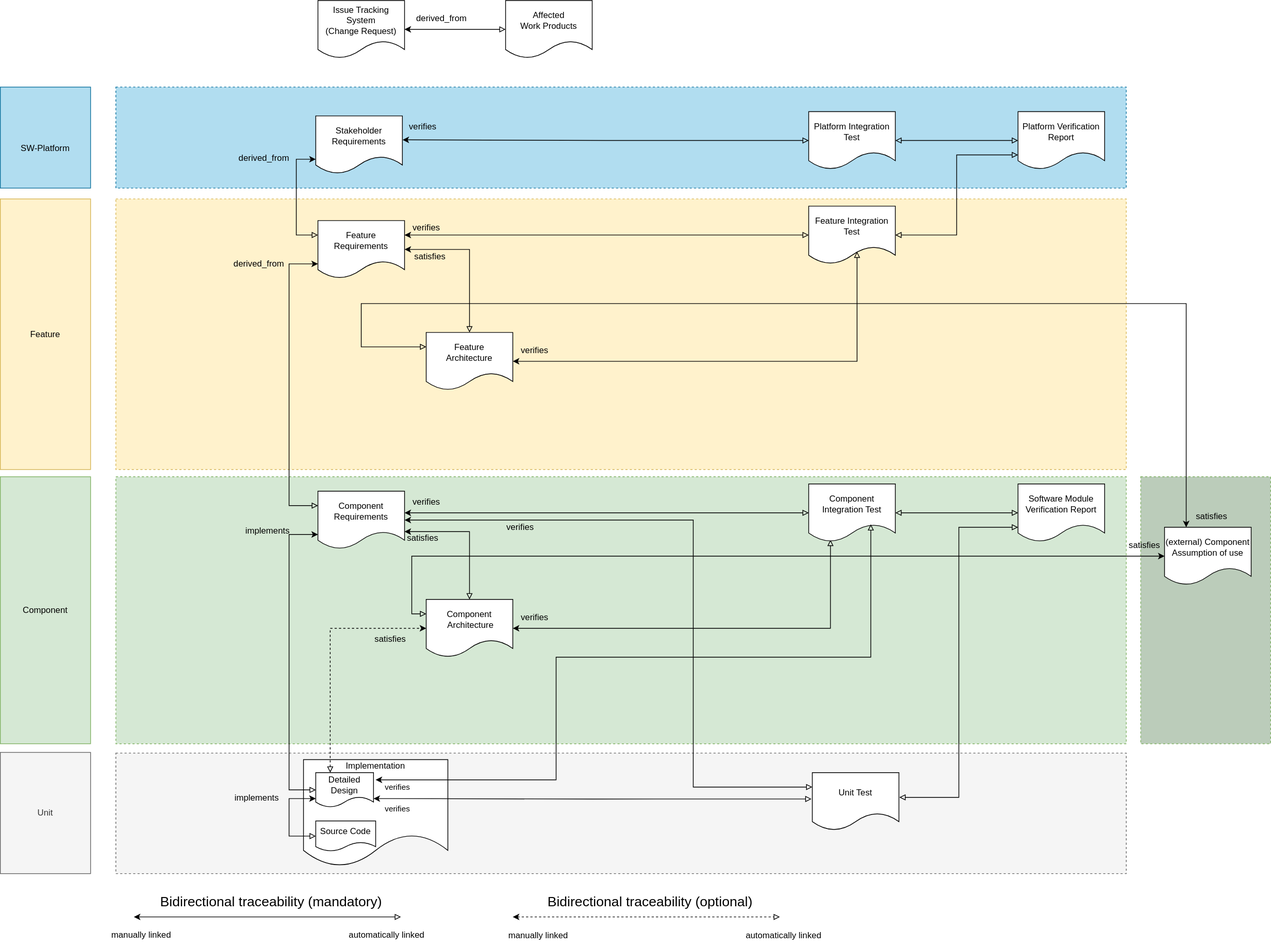
Above: pr-621/_images/score_traceability_model_wp_overview.drawio.svg in eclipse-score/process_description (draw.io), before the change. Source tidied: cells renumbered, new cells last; positions are measured from the earlier drawing's top-left corner, leaving out a move shared by most shapes.
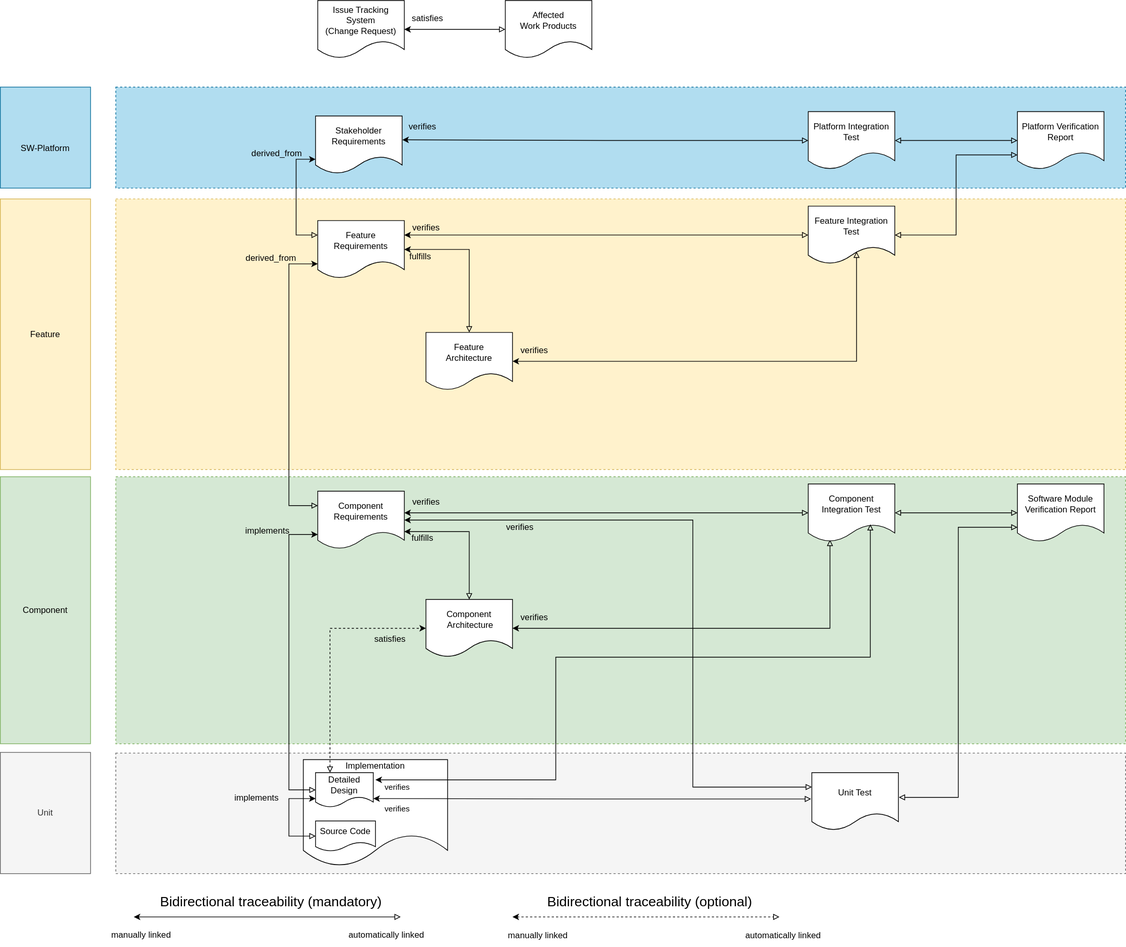
After the commit.

What changed in the source:
```diff
@@ -138,29 +138,6 @@
     <mxCell id="36" value="Software Module Verification Report" style="shape=document;whiteSpace=wrap;html=1;boundedLbl=1;" parent="1" vertex="1">
       <mxGeometry x="1410" y="670" width="120" height="80" as="geometry" />
     </mxCell>
-    <mxCell id="37" style="rounded=0;whiteSpace=wrap;html=1;dashed=1;fillColor=#BBCCBA;strokeColor=#82b366;" parent="1" vertex="1">
-      <mxGeometry x="1580" y="660" width="180" height="370" as="geometry" />
-    </mxCell>
-    <mxCell id="38" style="edgeStyle=orthogonalEdgeStyle;rounded=0;jettySize=auto;html=1;entryX=0;entryY=0.25;entryDx=0;entryDy=0;startArrow=classic;startFill=1;endArrow=block;endFill=0;" parent="1" edge="1" source="40" target="15">
-      <mxGeometry relative="1" as="geometry">
-        <Array as="points">
-          <mxPoint x="570" y="770" />
-          <mxPoint x="570" y="850" />
-        </Array>
-      </mxGeometry>
-    </mxCell>
-    <mxCell id="39" style="edgeStyle=orthogonalEdgeStyle;rounded=0;jettySize=auto;html=1;entryX=0;entryY=0.25;entryDx=0;entryDy=0;startArrow=classic;startFill=1;exitX=0.25;exitY=0;exitDx=0;exitDy=0;endArrow=block;endFill=0;" parent="1" edge="1" source="40" target="25">
-      <mxGeometry relative="1" as="geometry">
-        <Array as="points">
-          <mxPoint x="1643" y="420" />
-          <mxPoint x="500" y="420" />
-          <mxPoint x="500" y="480" />
-        </Array>
-      </mxGeometry>
-    </mxCell>
-    <mxCell id="40" value="(external) Component Assumption of use" style="shape=document;whiteSpace=wrap;html=1;boundedLbl=1;" parent="1" vertex="1">
-      <mxGeometry x="1613" y="730" width="120" height="80" as="geometry" />
-    </mxCell>
     <mxCell id="41" style="edgeStyle=orthogonalEdgeStyle;rounded=0;orthogonalLoop=1;jettySize=auto;html=1;startArrow=classic;startFill=1;endArrow=block;endFill=0;" parent="1" edge="1">
       <mxGeometry x="0.38" y="5" relative="1" as="geometry">
         <mxPoint x="185" y="1270" as="sourcePoint" />
@@ -236,10 +213,10 @@
       <mxGeometry x="1020" y="1281" width="130" height="30" as="geometry" />
     </mxCell>
     <mxCell id="57" value="derived_from" style="text;html=1;align=center;verticalAlign=middle;strokeColor=none;fillColor=none;" parent="1" vertex="1">
-      <mxGeometry x="320" y="204" width="90" height="30" as="geometry" />
+      <mxGeometry x="338" y="197" width="90" height="30" as="geometry" />
     </mxCell>
     <mxCell id="58" value="derived_from" style="text;html=1;align=center;verticalAlign=middle;strokeColor=none;fillColor=none;" parent="1" vertex="1">
-      <mxGeometry x="313" y="350" width="90" height="30" as="geometry" />
+      <mxGeometry x="330" y="342" width="90" height="30" as="geometry" />
     </mxCell>
     <mxCell id="59" value="implements" style="text;html=1;align=center;verticalAlign=middle;strokeColor=none;fillColor=none;" parent="1" vertex="1">
       <mxGeometry x="330" y="720" width="80" height="30" as="geometry" />
@@ -250,20 +227,14 @@
     <mxCell id="61" value="satisfies" style="text;html=1;align=center;verticalAlign=middle;strokeColor=none;fillColor=none;" parent="1" vertex="1">
       <mxGeometry x="505" y="870" width="70" height="30" as="geometry" />
     </mxCell>
-    <mxCell id="62" value="satisfies" style="text;html=1;align=center;verticalAlign=middle;strokeColor=none;fillColor=none;" parent="1" vertex="1">
-      <mxGeometry x="560" y="340" width="70" height="30" as="geometry" />
+    <mxCell id="62" value="fulfills" style="text;html=1;align=center;verticalAlign=middle;strokeColor=none;fillColor=none;" parent="1" vertex="1">
+      <mxGeometry x="557" y="340" width="50" height="30" as="geometry" />
     </mxCell>
-    <mxCell id="63" value="satisfies" style="text;html=1;align=center;verticalAlign=middle;strokeColor=none;fillColor=none;" parent="1" vertex="1">
-      <mxGeometry x="550" y="730" width="70" height="30" as="geometry" />
+    <mxCell id="63" value="fulfills" style="text;html=1;align=center;verticalAlign=middle;strokeColor=none;fillColor=none;" parent="1" vertex="1">
+      <mxGeometry x="560" y="730" width="50" height="30" as="geometry" />
     </mxCell>
-    <mxCell id="64" value="satisfies" style="text;html=1;align=center;verticalAlign=middle;strokeColor=none;fillColor=none;" parent="1" vertex="1">
-      <mxGeometry x="1550" y="740" width="70" height="30" as="geometry" />
-    </mxCell>
-    <mxCell id="65" value="satisfies" style="text;html=1;align=center;verticalAlign=middle;strokeColor=none;fillColor=none;" parent="1" vertex="1">
-      <mxGeometry x="1643" y="700" width="70" height="30" as="geometry" />
-    </mxCell>
-    <mxCell id="66" value="derived_from" style="text;html=1;align=center;verticalAlign=middle;strokeColor=none;fillColor=none;" parent="1" vertex="1">
-      <mxGeometry x="566" y="10" width="90" height="30" as="geometry" />
+    <mxCell id="66" value="satisfies" style="text;html=1;align=center;verticalAlign=middle;strokeColor=none;fillColor=none;" parent="1" vertex="1">
+      <mxGeometry x="557" y="10" width="70" height="30" as="geometry" />
     </mxCell>
     <mxCell id="67" value="verifies" style="text;html=1;align=center;verticalAlign=middle;strokeColor=none;fillColor=none;" parent="1" vertex="1">
       <mxGeometry x="555" y="160" width="60" height="30" as="geometry" />
```
